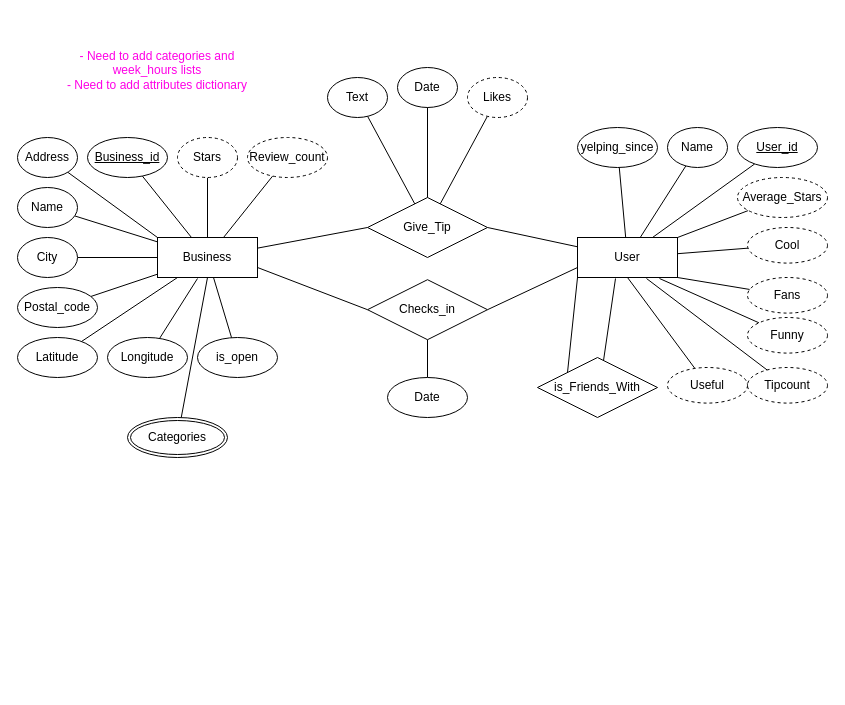
The draw.io diagram project1_milestone.drawio in joepatten/CPTS_451_Project_Milestone1, before the edit. Source tidied: cells renumbered, new cells numbered last; positions are measured from the earlier drawing's top-left corner, leaving out a move shared by most shapes. Both pictures are drawn from the tidied source at 100%, with x=0, y=0 at pixel (17, 17).
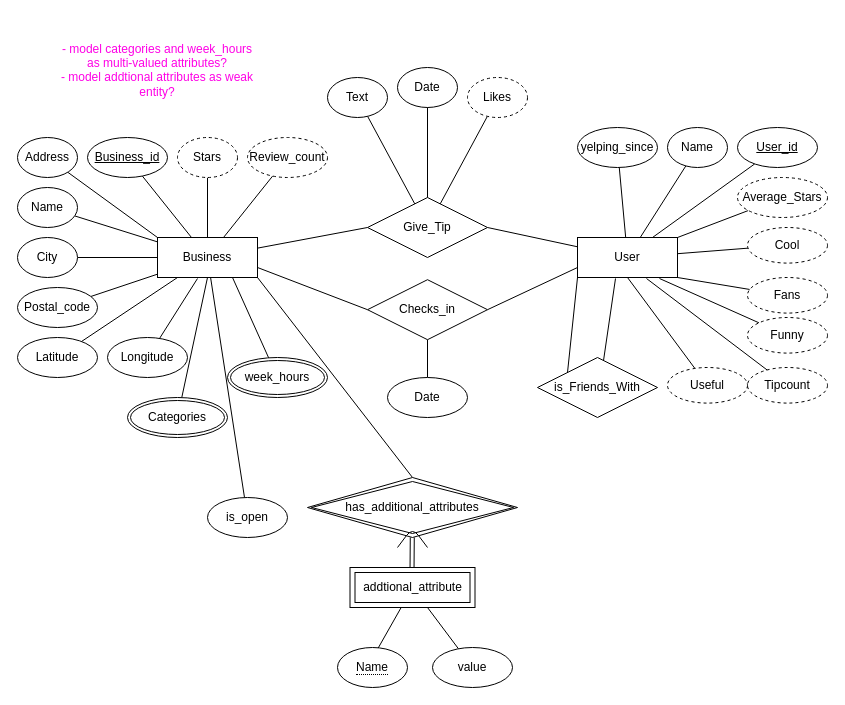
After the change.

Commit message:
added addtional attributes weak entity.

The change refers to these unchanged cells:
```xml
<mxCell id="3" value="Business" style="whiteSpace=wrap;html=1;align=center;" parent="1" vertex="1">
  <mxGeometry x="140" y="220" width="100" height="40" as="geometry" />
</mxCell>
```

Diff of the diagram source:
```diff
@@
     <mxCell id="23" value="is_open" style="ellipse;whiteSpace=wrap;html=1;align=center;" parent="1" vertex="1">
-      <mxGeometry x="180" y="320" width="80" height="40" as="geometry" />
+      <mxGeometry x="190" y="480" width="80" height="40" as="geometry" />
     </mxCell>
@@
     <mxCell id="25" value="Categories" style="ellipse;shape=doubleEllipse;margin=3;whiteSpace=wrap;html=1;align=center;" parent="1" vertex="1">
-      <mxGeometry x="110" y="400" width="100" height="40" as="geometry" />
+      <mxGeometry x="110" y="380" width="100" height="40" as="geometry" />
     </mxCell>
@@
-    <mxCell id="46" value="&lt;font color=&quot;#ff00e6&quot;&gt;- Need to add categories and week_hours lists&lt;br&gt;- Need to add attributes dictionary&lt;br&gt;&lt;br&gt;&lt;/font&gt;" style="text;html=1;strokeColor=none;fillColor=none;align=center;verticalAlign=middle;whiteSpace=wrap;rounded=0;" parent="1" vertex="1">
+    <mxCell id="46" value="&lt;font color=&quot;#ff00e6&quot;&gt;- model categories and week_hours as multi-valued attributes?&lt;br&gt;- model addtional attributes as weak entity?&lt;br&gt;&lt;br&gt;&lt;/font&gt;" style="text;html=1;strokeColor=none;fillColor=none;align=center;verticalAlign=middle;whiteSpace=wrap;rounded=0;" parent="1" vertex="1">
       <mxGeometry x="40" width="200" height="120" as="geometry" />
     </mxCell>
@@
+    <mxCell id="62" style="edgeStyle=none;rounded=0;jettySize=auto;html=1;entryX=0.75;entryY=1;entryDx=0;entryDy=0;endArrow=none;endFill=0;" parent="1" edge="1" source="63" target="3">
+      <mxGeometry relative="1" as="geometry" />
+    </mxCell>
+    <mxCell id="63" value="week_hours" style="ellipse;shape=doubleEllipse;margin=3;whiteSpace=wrap;html=1;align=center;" parent="1" vertex="1">
+      <mxGeometry x="210" y="340" width="100" height="40" as="geometry" />
+    </mxCell>
+    <mxCell id="64" style="edgeStyle=none;rounded=0;jettySize=auto;html=1;entryX=1;entryY=1;entryDx=0;entryDy=0;endArrow=none;endFill=0;exitX=0.5;exitY=0;exitDx=0;exitDy=0;" parent="1" edge="1" source="66" target="3">
+      <mxGeometry relative="1" as="geometry" />
+    </mxCell>
+    <mxCell id="65" style="edgeStyle=none;rounded=0;jettySize=auto;html=1;endArrow=none;endFill=0;shape=link;" parent="1" edge="1" target="66">
+      <mxGeometry relative="1" as="geometry">
+        <mxPoint x="394.5" y="555" as="sourcePoint" />
+      </mxGeometry>
+    </mxCell>
+    <mxCell id="66" value="has_additional_attributes" style="shape=rhombus;double=1;perimeter=rhombusPerimeter;whiteSpace=wrap;html=1;align=center;" parent="1" vertex="1">
+      <mxGeometry x="290" y="460" width="210" height="60" as="geometry" />
+    </mxCell>
+    <mxCell id="67" value="addtional_attribute" style="shape=ext;margin=3;double=1;whiteSpace=wrap;html=1;align=center;" parent="1" vertex="1">
+      <mxGeometry x="332.5" y="550" width="125" height="40" as="geometry" />
+    </mxCell>
+    <mxCell id="68" style="edgeStyle=none;rounded=0;jettySize=auto;html=1;endArrow=none;endFill=0;" parent="1" edge="1" target="67">
+      <mxGeometry relative="1" as="geometry">
+        <mxPoint x="360.6" y="630.7" as="sourcePoint" />
+      </mxGeometry>
+    </mxCell>
+    <mxCell id="69" style="endArrow=none;html=1;" parent="1" edge="1">
+      <mxGeometry relative="1" as="geometry">
+        <mxPoint x="380" y="530" as="sourcePoint" />
+        <mxPoint x="410" y="530" as="targetPoint" />
+        <Array as="points">
+          <mxPoint x="395" y="510" />
+        </Array>
+      </mxGeometry>
+    </mxCell>
+    <mxCell id="70" style="edgeStyle=none;rounded=0;jettySize=auto;html=1;endArrow=none;endFill=0;" parent="1" edge="1" source="71" target="67">
+      <mxGeometry relative="1" as="geometry" />
+    </mxCell>
+    <mxCell id="71" value="value" style="ellipse;whiteSpace=wrap;html=1;align=center;" parent="1" vertex="1">
+      <mxGeometry x="415" y="630" width="80" height="40" as="geometry" />
+    </mxCell>
+    <mxCell id="72" value="&lt;span style=&quot;border-bottom: 1px dotted&quot;&gt;Name&lt;/span&gt;" style="ellipse;whiteSpace=wrap;html=1;align=center;" parent="1" vertex="1">
+      <mxGeometry x="320" y="630" width="70" height="40" as="geometry" />
+    </mxCell>
```
